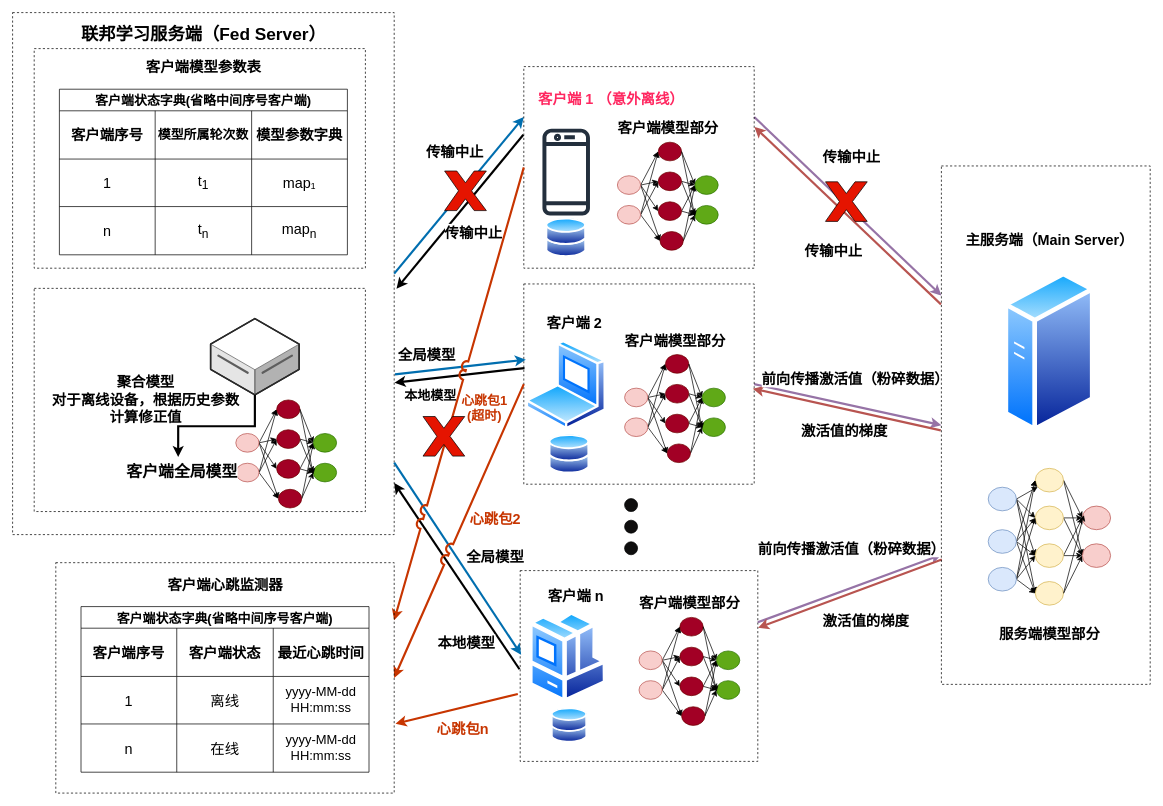
Earlier version of the draw.io diagram 优化的SFL架构图.drawio (XiaoWenZz/draw-io). Source tidied: cells renumbered, new cells numbered last; positions are measured from the earlier drawing's top-left corner, leaving out a move shared by most shapes. Both pictures are drawn from the tidied source at 72%, with x=0, y=0 at pixel (12, 12).
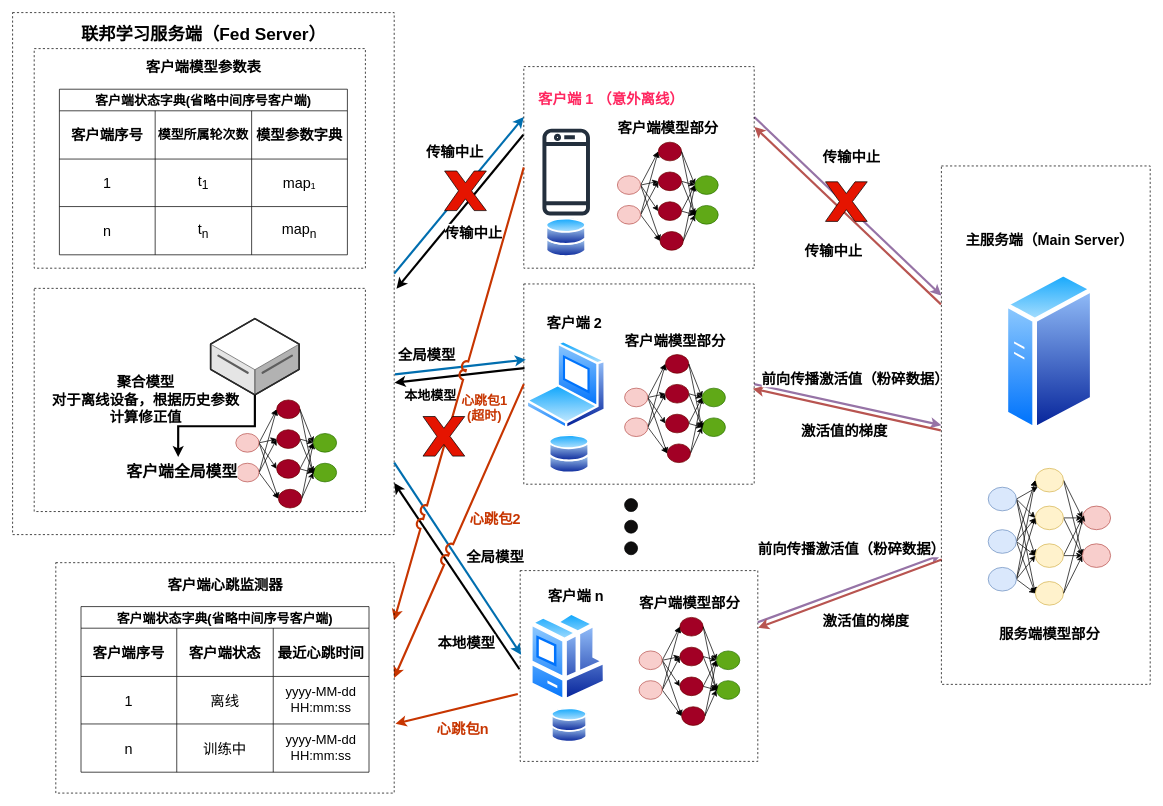
After the change.

Commit message (it also covers changes not shown here):
更新优化的SFL架构图.drawio

Unchanged cells that the change refers to:
```xml
<mxCell id="214" style="shape=tableRow;horizontal=0;startSize=0;swimlaneHead=0;swimlaneBody=0;strokeColor=inherit;top=0;left=0;bottom=0;right=0;fillColor=none;fontSize=16;" parent="205" vertex="1">
  <mxGeometry y="163" width="400" height="67" as="geometry" />
</mxCell>
```

What changed in the source:
```diff
@@
-    <mxCell id="216" value="&lt;font style=&quot;font-size: 20px;&quot;&gt;在线&lt;/font&gt;" style="shape=partialRectangle;html=1;whiteSpace=wrap;strokeColor=inherit;overflow=hidden;fillColor=none;top=0;left=0;bottom=0;right=0;fontSize=16;" parent="214" vertex="1">
+    <mxCell id="216" value="&lt;font style=&quot;font-size: 20px;&quot;&gt;训练中&lt;/font&gt;" style="shape=partialRectangle;html=1;whiteSpace=wrap;strokeColor=inherit;overflow=hidden;fillColor=none;top=0;left=0;bottom=0;right=0;fontSize=16;" parent="214" vertex="1">
       <mxGeometry x="133" width="134" height="67" as="geometry" />
     </mxCell>
```
